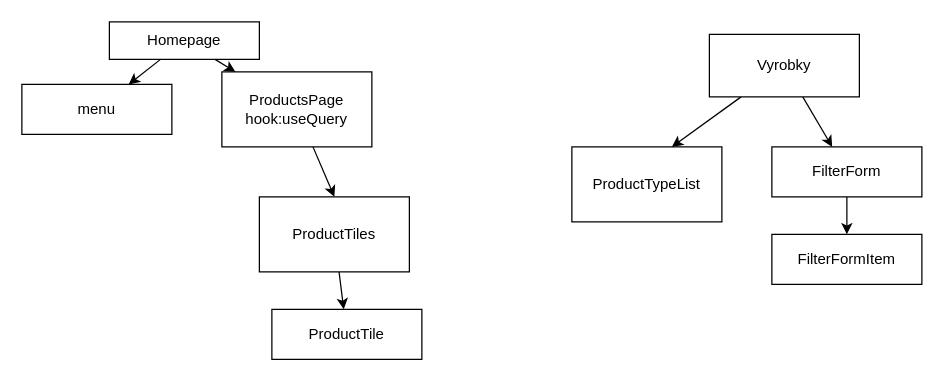
This is src/diagram.dio from GBsws/projekt_sperkarstvi, a draw.io file, before an edit. Source tidied: cells renumbered, new cells numbered last; positions are measured from the earlier drawing's top-left corner, leaving out a move shared by most shapes. Both pictures are drawn from the tidied source at 125%, with x=0, y=0 at pixel (21, 21).
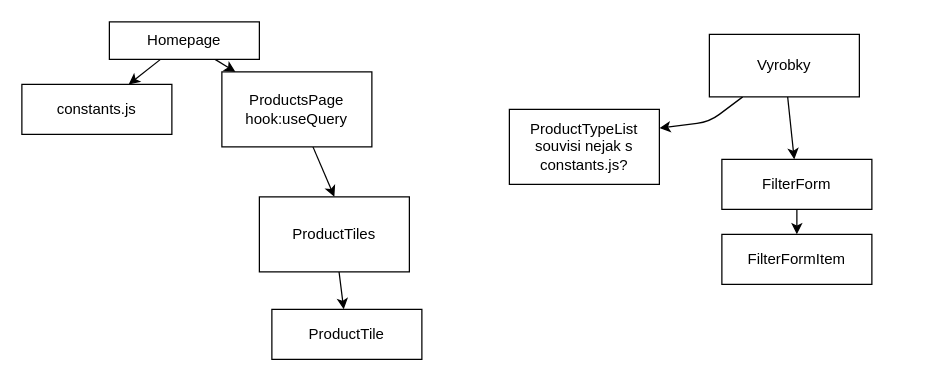
After the change.

What changed in the source:
```diff
@@
 <mxGraphModel>
   <root>
     <mxCell id="0" />
     <mxCell id="1" parent="0" />
     <mxCell id="2" style="edgeStyle=none;html=1;" parent="1" edge="1" source="4" target="5">
       <mxGeometry relative="1" as="geometry" />
     </mxCell>
     <mxCell id="3" style="edgeStyle=none;html=1;" parent="1" edge="1" source="4" target="7">
       <mxGeometry relative="1" as="geometry" />
     </mxCell>
     <mxCell id="4" value="Homepage" style="rounded=0;whiteSpace=wrap;html=1;" parent="1" vertex="1">
       <mxGeometry x="70" width="120" height="30" as="geometry" />
     </mxCell>
-    <mxCell id="5" value="menu" style="rounded=0;whiteSpace=wrap;html=1;" parent="1" vertex="1">
+    <mxCell id="5" value="constants.js" style="rounded=0;whiteSpace=wrap;html=1;" parent="1" vertex="1">
       <mxGeometry y="50" width="120" height="40" as="geometry" />
     </mxCell>
     <mxCell id="6" style="edgeStyle=none;html=1;entryX=0.5;entryY=0;entryDx=0;entryDy=0;" parent="1" edge="1" source="7" target="9">
       <mxGeometry relative="1" as="geometry" />
     </mxCell>
     <mxCell id="7" value="ProductsPage&lt;br&gt;hook:useQuery" style="rounded=0;whiteSpace=wrap;html=1;" parent="1" vertex="1">
       <mxGeometry x="160" y="40" width="120" height="60" as="geometry" />
     </mxCell>
     <mxCell id="8" style="edgeStyle=none;html=1;" parent="1" edge="1" source="9" target="10">
       <mxGeometry relative="1" as="geometry" />
     </mxCell>
     <mxCell id="9" value="ProductTiles" style="whiteSpace=wrap;html=1;" parent="1" vertex="1">
       <mxGeometry x="190" y="140" width="120" height="60" as="geometry" />
     </mxCell>
     <mxCell id="10" value="ProductTile" style="rounded=0;whiteSpace=wrap;html=1;" parent="1" vertex="1">
       <mxGeometry x="200" y="230" width="120" height="40" as="geometry" />
     </mxCell>
-    <mxCell id="11" style="edgeStyle=none;html=1;" parent="1" edge="1" source="13">
+    <mxCell id="11" style="edgeStyle=none;html=1;entryX=1;entryY=0.25;entryDx=0;entryDy=0;" parent="1" edge="1" source="13" target="14">
       <mxGeometry relative="1" as="geometry">
-        <mxPoint x="520" y="100" as="targetPoint" />
+        <Array as="points">
+          <mxPoint x="550" y="80" />
+        </Array>
       </mxGeometry>
     </mxCell>
     <mxCell id="12" style="edgeStyle=none;html=1;" parent="1" edge="1" source="13" target="16">
       <mxGeometry relative="1" as="geometry" />
     </mxCell>
     <mxCell id="13" value="Vyrobky" style="rounded=0;whiteSpace=wrap;html=1;" parent="1" vertex="1">
       <mxGeometry x="550" y="10" width="120" height="50" as="geometry" />
     </mxCell>
-    <mxCell id="14" value="ProductTypeList" style="rounded=0;whiteSpace=wrap;html=1;" parent="1" vertex="1">
-      <mxGeometry x="440" y="100" width="120" height="60" as="geometry" />
+    <mxCell id="14" value="ProductTypeList&lt;br&gt;souvisi nejak s constants.js?" style="rounded=0;whiteSpace=wrap;html=1;" parent="1" vertex="1">
+      <mxGeometry x="390" y="70" width="120" height="60" as="geometry" />
     </mxCell>
-    <mxCell id="15" style="edgeStyle=none;html=1;" parent="1" edge="1" source="16">
-      <mxGeometry relative="1" as="geometry">
-        <mxPoint x="660" y="170" as="targetPoint" />
-      </mxGeometry>
+    <mxCell id="15" style="edgeStyle=none;html=1;entryX=0.5;entryY=0;entryDx=0;entryDy=0;" parent="1" edge="1" source="16" target="17">
+      <mxGeometry relative="1" as="geometry" />
     </mxCell>
     <mxCell id="16" value="FilterForm" style="rounded=0;whiteSpace=wrap;html=1;" parent="1" vertex="1">
-      <mxGeometry x="600" y="100" width="120" height="40" as="geometry" />
+      <mxGeometry x="560" y="110" width="120" height="40" as="geometry" />
     </mxCell>
     <mxCell id="17" value="FilterFormItem" style="rounded=0;whiteSpace=wrap;html=1;" parent="1" vertex="1">
-      <mxGeometry x="600" y="170" width="120" height="40" as="geometry" />
+      <mxGeometry x="560" y="170" width="120" height="40" as="geometry" />
     </mxCell>
   </root>
 </mxGraphModel>
```
